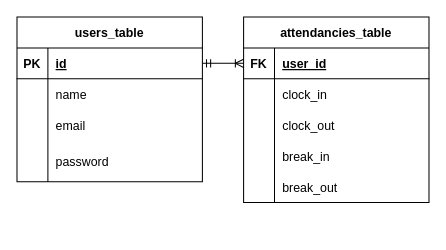
This is .drawio from teestojko/attend, a draw.io file, before an edit. Source tidied: cells renumbered, new cells numbered last; positions are measured from the earlier drawing's top-left corner, leaving out a move shared by most shapes. Both pictures are drawn from the tidied source at 103%, with x=0, y=0 at pixel (16, 16).
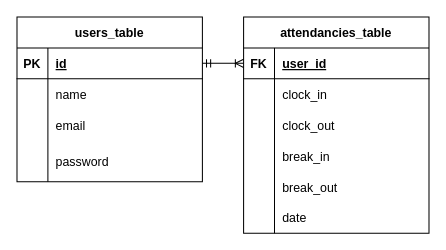
The same diagram, later.

Commit message:
”カラム追加”

Unchanged cells that the change refers to:
```xml
<mxCell id="28" style="shape=tableRow;horizontal=0;startSize=0;swimlaneHead=0;swimlaneBody=0;fillColor=none;top=0;left=0;right=0;bottom=0;" parent="15" vertex="1">
  <mxGeometry y="150" width="180" height="30" as="geometry" />
</mxCell>
```

Diff of the diagram source:
```diff
@@
     <mxCell id="15" value="attendancies_table" style="shape=table;startSize=30;childLayout=tableLayout;rowLines=0;fontStyle=1;align=center;" parent="1" vertex="1">
-      <mxGeometry x="220" width="180" height="180" as="geometry" />
+      <mxGeometry x="220" width="180" height="210" as="geometry" />
     </mxCell>
@@
-    <mxCell id="30" value="break_out" style="shape=partialRectangle;fillColor=none;top=0;left=0;bottom=0;right=0;align=left;spacingLeft=6;overflow=hidden;" parent="28" vertex="1">
+    <mxCell id="30" value="break_out" style="shape=partialRectangle;fillColor=none;top=0;left=0;bottom=0;right=0;align=left;spacingLeft=6;overflow=hidden;shadow=1;" parent="28" vertex="1">
       <mxGeometry x="30" width="150" height="30" as="geometry" />
     </mxCell>
+    <mxCell id="32" style="shape=tableRow;horizontal=0;startSize=0;swimlaneHead=0;swimlaneBody=0;fillColor=none;top=0;left=0;right=0;bottom=0;" parent="15" vertex="1">
+      <mxGeometry y="180" width="180" height="30" as="geometry" />
+    </mxCell>
+    <mxCell id="33" style="shape=partialRectangle;fillColor=none;top=0;left=0;bottom=0;right=0;overflow=hidden;" parent="32" vertex="1">
+      <mxGeometry width="30" height="30" as="geometry" />
+    </mxCell>
+    <mxCell id="34" value="date" style="shape=partialRectangle;fillColor=none;top=0;left=0;bottom=0;right=0;align=left;spacingLeft=6;overflow=hidden;shadow=1;" parent="32" vertex="1">
+      <mxGeometry x="30" width="150" height="30" as="geometry" />
+    </mxCell>
```
